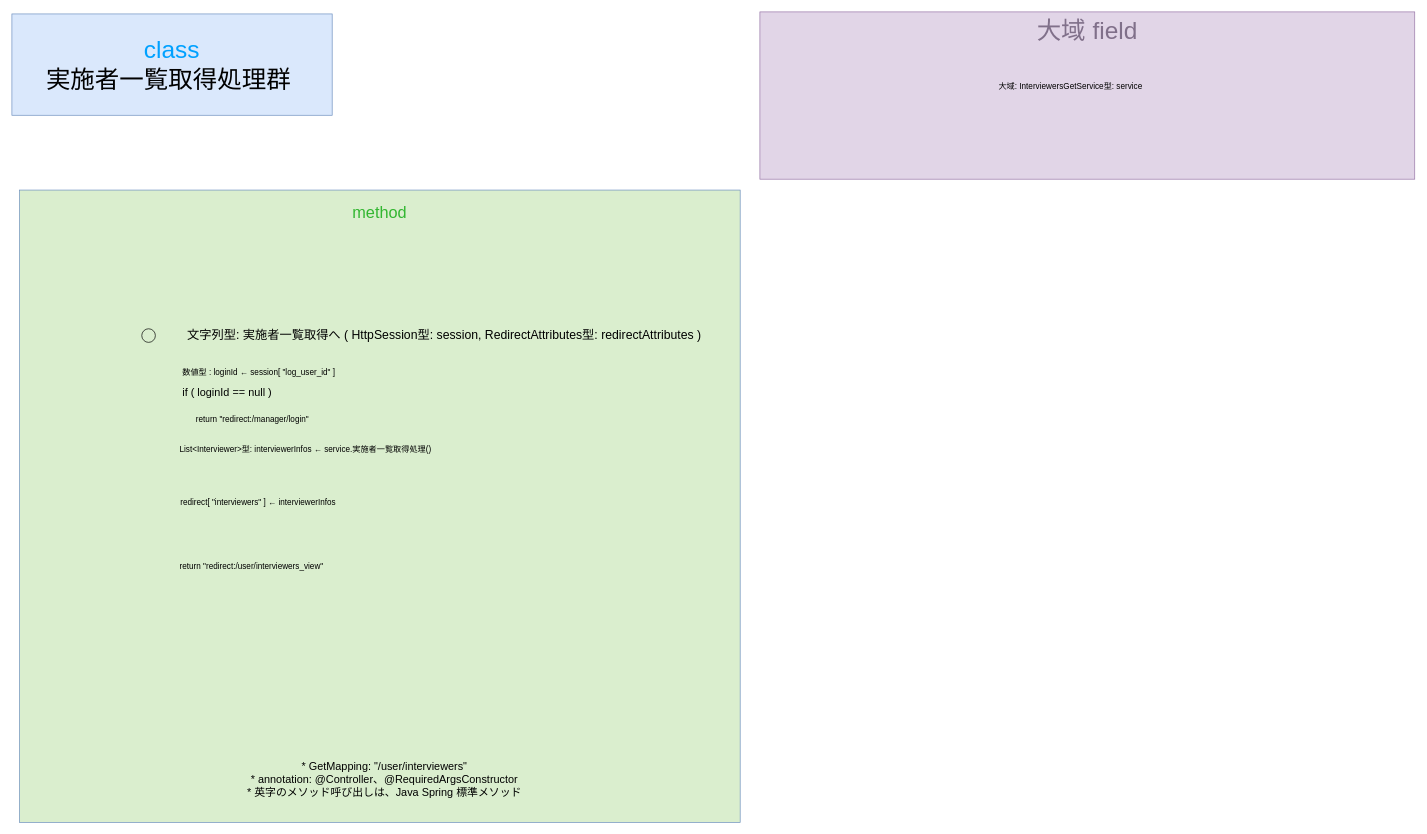
Earlier version of the draw.io diagram gijigengo/controller/user/meeting_reservation_sys controller_user InterviewersGetControllerクラス 疑似言語.drawio (tro319/meeting_reservation_system). Source tidied: cells renumbered, new cells numbered last; positions are measured from the earlier drawing's top-left corner, leaving out a move shared by most shapes. Both pictures are drawn from the tidied source at 68%, with x=0, y=0 at pixel (12, 12).
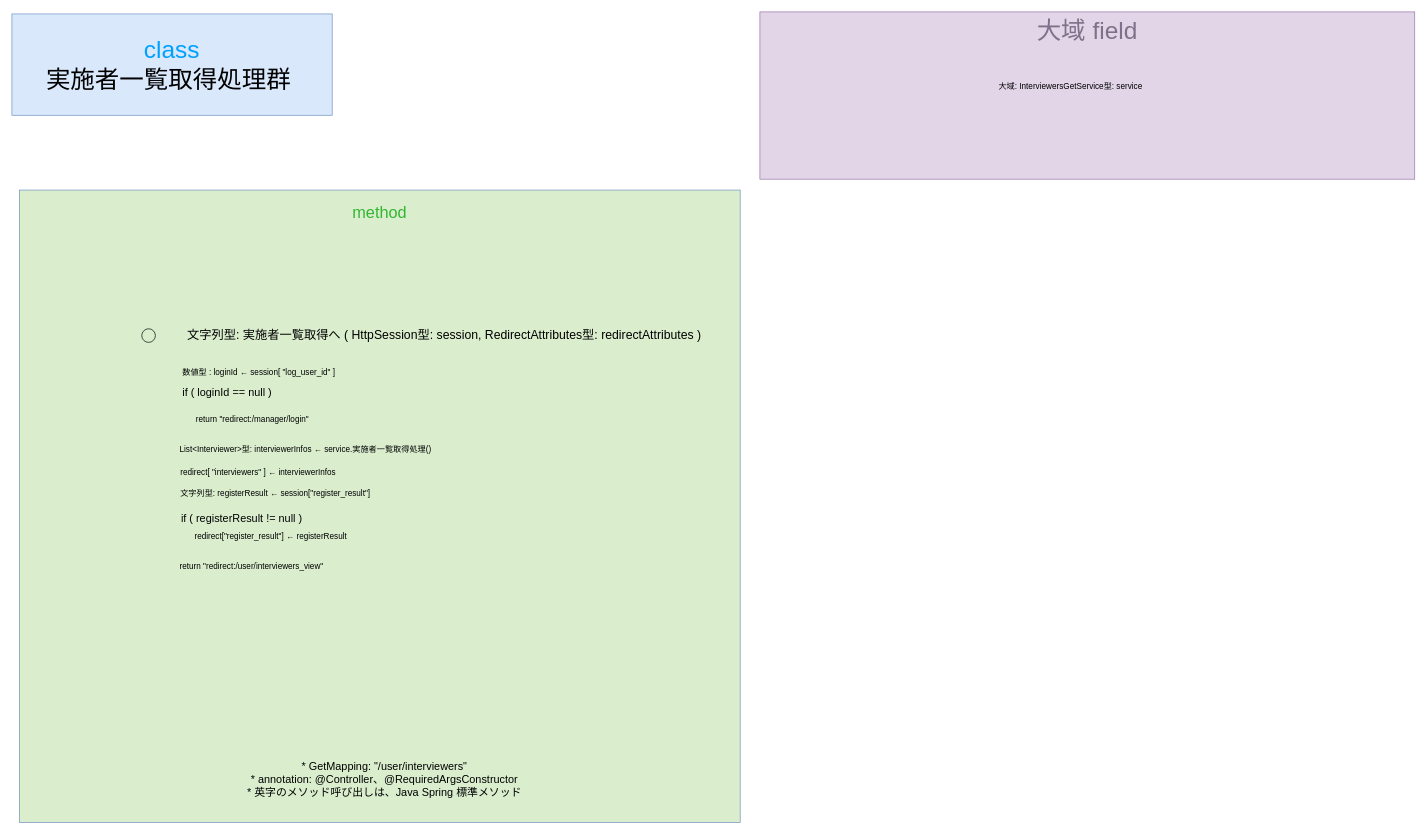
The same diagram, later.

Diff of the diagram source:
```diff
@@
 <mxGraphModel>
   <root>
     <mxCell id="0" />
     <mxCell id="1" parent="0" />
     <mxCell id="2" value="&lt;div&gt;&lt;span style=&quot;color: rgb(0, 161, 255);&quot;&gt;class&lt;/span&gt;&lt;/div&gt;&lt;div&gt;実施者一覧取得処理群&amp;nbsp;&lt;/div&gt;" style="text;html=1;whiteSpace=wrap;strokeColor=#6c8ebf;fillColor=#dae8fc;align=center;verticalAlign=middle;rounded=0;fontSize=36;" parent="1" vertex="1">
       <mxGeometry y="3" width="471" height="149" as="geometry" />
     </mxCell>
     <mxCell id="3" value="&lt;div&gt;&lt;font style=&quot;font-size: 24px;&quot;&gt;&lt;span style=&quot;color: rgb(50, 182, 49);&quot;&gt;&lt;span style=&quot;&quot;&gt;&lt;span style=&quot;&quot;&gt;&lt;span&gt;method&lt;/span&gt;&lt;/span&gt;&lt;/span&gt;&lt;/span&gt;&lt;/font&gt;&lt;/div&gt;&lt;div&gt;&lt;font style=&quot;font-size: 24px;&quot;&gt;&lt;span style=&quot;color: rgba(0, 0, 0, 0);&quot;&gt;&lt;span style=&quot;color: rgba(0, 0, 0, 0);&quot;&gt;&lt;span style=&quot;&quot;&gt;&lt;span style=&quot;&quot;&gt;&lt;br&gt;&lt;/span&gt;&lt;/span&gt;&lt;/span&gt;&lt;/span&gt;&lt;/font&gt;&lt;/div&gt;" style="text;html=1;whiteSpace=wrap;strokeColor=#6c8ebf;fillColor=light-dark(#daeece, #214210);align=center;verticalAlign=top;rounded=0;fontSize=36;fontColor=#00A1FF;" parent="1" vertex="1">
       <mxGeometry x="11" y="262" width="1060" height="930" as="geometry" />
     </mxCell>
     <mxCell id="4" value="&lt;div&gt;&lt;span style=&quot;color: rgb(0, 0, 0);&quot;&gt;&lt;font&gt;数値型 : loginId ←&amp;nbsp;&lt;/font&gt;&lt;/span&gt;&lt;span style=&quot;color: rgb(0, 0, 0);&quot;&gt;&lt;font&gt;session[ &quot;log_user_id&quot; ]&lt;/font&gt;&lt;/span&gt;&lt;/div&gt;" style="text;html=1;whiteSpace=wrap;strokeColor=none;fillColor=none;align=left;verticalAlign=middle;rounded=0;fontSize=12;" parent="1" vertex="1">
       <mxGeometry x="249" y="515" width="590" height="30" as="geometry" />
     </mxCell>
     <mxCell id="5" value="&lt;div&gt;&lt;span&gt;&lt;span&gt;&lt;span style=&quot;color: rgb(0, 0, 0);&quot;&gt;&lt;font style=&quot;font-size: 16px;&quot;&gt;* GetMapping: &quot;/user/interviewers&quot;&lt;/font&gt;&lt;/span&gt;&lt;/span&gt;&lt;/span&gt;&lt;/div&gt;&lt;div&gt;&lt;span&gt;&lt;span&gt;&lt;span style=&quot;color: rgb(0, 0, 0);&quot;&gt;&lt;font style=&quot;font-size: 16px;&quot;&gt;* annotation: @Controller、@RequiredArgsConstructor&lt;/font&gt;&lt;/span&gt;&lt;/span&gt;&lt;/span&gt;&lt;/div&gt;&lt;div&gt;&lt;span&gt;&lt;span&gt;&lt;span style=&quot;color: rgb(0, 0, 0);&quot;&gt;&lt;font style=&quot;font-size: 16px;&quot;&gt;* 英字のメソッド呼び出しは、Java Spring 標準メソッド&lt;/font&gt;&lt;/span&gt;&lt;/span&gt;&lt;/span&gt;&lt;/div&gt;" style="text;html=1;whiteSpace=wrap;strokeColor=none;fillColor=none;align=center;verticalAlign=middle;rounded=0;" parent="1" vertex="1">
       <mxGeometry x="253" y="1114" width="590" height="30" as="geometry" />
     </mxCell>
     <mxCell id="6" value="&lt;div align=&quot;left&quot;&gt;&lt;span style=&quot;color: rgb(0, 0, 0);&quot;&gt;&lt;font style=&quot;font-size: 16px;&quot;&gt;if ( loginId == null )&amp;nbsp;&lt;/font&gt;&lt;/span&gt;&lt;/div&gt;" style="text;html=1;whiteSpace=wrap;strokeColor=none;fillColor=none;align=left;verticalAlign=middle;rounded=0;" parent="1" vertex="1">
       <mxGeometry x="249" y="545" width="590" height="30" as="geometry" />
     </mxCell>
     <mxCell id="7" value="return &quot;redirect:/manager/login&quot;" style="text;html=1;whiteSpace=wrap;strokeColor=none;fillColor=none;align=left;verticalAlign=middle;rounded=0;" parent="1" vertex="1">
       <mxGeometry x="269" y="585" width="590" height="30" as="geometry" />
     </mxCell>
     <mxCell id="8" value="&lt;font&gt;大域 field&lt;/font&gt;" style="rounded=0;whiteSpace=wrap;html=1;fillColor=#e1d5e7;strokeColor=#9673a6;verticalAlign=top;fontSize=36;fontColor=#80708A;" parent="1" vertex="1">
       <mxGeometry x="1100" width="963" height="246" as="geometry" />
     </mxCell>
     <mxCell id="9" value="&lt;font&gt;&lt;span&gt;&lt;span&gt;&lt;span style=&quot;color: rgb(0, 0, 0);&quot;&gt;&lt;font&gt;大域: InterviewersGetService型: service&lt;/font&gt;&lt;/span&gt;&lt;/span&gt;&lt;/span&gt;&lt;/font&gt;" style="whiteSpace=wrap;html=1;fillColor=none;labelBorderColor=none;strokeColor=none;fontSize=12;" parent="1" vertex="1">
       <mxGeometry x="1249.5" y="95" width="614" height="30" as="geometry" />
     </mxCell>
     <mxCell id="10" value="&amp;nbsp; &amp;nbsp; &amp;nbsp; &amp;nbsp; &amp;nbsp; &amp;nbsp; &amp;nbsp;" style="ellipse;whiteSpace=wrap;html=1;fillColor=none;" parent="1" vertex="1">
       <mxGeometry x="191" y="466" width="20" height="20" as="geometry" />
     </mxCell>
     <mxCell id="11" value="&lt;font style=&quot;font-size: 18px;&quot;&gt;&lt;span&gt;&lt;span&gt;&lt;span style=&quot;color: rgb(0, 0, 0);&quot;&gt;&lt;font&gt;文字列型: 実施者一覧取得へ ( HttpSession型: session, RedirectAttributes型: redirectAttributes )&lt;/font&gt;&lt;/span&gt;&lt;/span&gt;&lt;/span&gt;&lt;/font&gt;" style="whiteSpace=wrap;html=1;fillColor=none;labelBorderColor=none;strokeColor=none;" parent="1" vertex="1">
       <mxGeometry x="161" y="461" width="950.3" height="30" as="geometry" />
     </mxCell>
     <mxCell id="12" value="return &quot;redirect:/user/interviewers_view&quot;" style="text;html=1;whiteSpace=wrap;strokeColor=none;fillColor=none;align=left;verticalAlign=middle;rounded=0;" parent="1" vertex="1">
       <mxGeometry x="245" y="801" width="590" height="30" as="geometry" />
     </mxCell>
     <mxCell id="13" value="List&amp;lt;Interviewer&amp;gt;型: interviewerInfos ← service.実施者一覧取得処理()" style="text;html=1;whiteSpace=wrap;strokeColor=none;fillColor=none;align=left;verticalAlign=middle;rounded=0;" parent="1" vertex="1">
       <mxGeometry x="245" y="628" width="590" height="30" as="geometry" />
     </mxCell>
     <mxCell id="14" value="&lt;div align=&quot;left&quot;&gt;&lt;span style=&quot;color: rgb(0, 0, 0);&quot;&gt;&lt;font&gt;redirect[ &quot;interviewers&quot; ] ← interviewerInfos&lt;/font&gt;&lt;/span&gt;&lt;/div&gt;" style="text;html=1;whiteSpace=wrap;strokeColor=none;fillColor=none;align=left;verticalAlign=middle;rounded=0;fontSize=12;" parent="1" vertex="1">
-      <mxGeometry x="246" y="707" width="590" height="30" as="geometry" />
+      <mxGeometry x="246" y="663" width="590" height="30" as="geometry" />
     </mxCell>
+    <mxCell id="15" value="文字列型: registerResult ← session[&quot;register_result&quot;]" style="text;html=1;whiteSpace=wrap;strokeColor=none;fillColor=none;align=left;verticalAlign=middle;rounded=0;" parent="1" vertex="1">
+      <mxGeometry x="246" y="693" width="590" height="30" as="geometry" />
+    </mxCell>
+    <mxCell id="16" value="&lt;div align=&quot;left&quot;&gt;&lt;span style=&quot;color: rgb(0, 0, 0);&quot;&gt;&lt;font style=&quot;font-size: 16px;&quot;&gt;if ( registerResult != null )&amp;nbsp;&lt;/font&gt;&lt;/span&gt;&lt;/div&gt;" style="text;html=1;whiteSpace=wrap;strokeColor=none;fillColor=none;align=left;verticalAlign=middle;rounded=0;" parent="1" vertex="1">
+      <mxGeometry x="247" y="729" width="590" height="30" as="geometry" />
+    </mxCell>
+    <mxCell id="17" value="redirect[&quot;register_result&quot;] ← registerResult" style="text;html=1;whiteSpace=wrap;strokeColor=none;fillColor=none;align=left;verticalAlign=middle;rounded=0;" parent="1" vertex="1">
+      <mxGeometry x="267" y="757" width="590" height="30" as="geometry" />
+    </mxCell>
   </root>
 </mxGraphModel>
```
